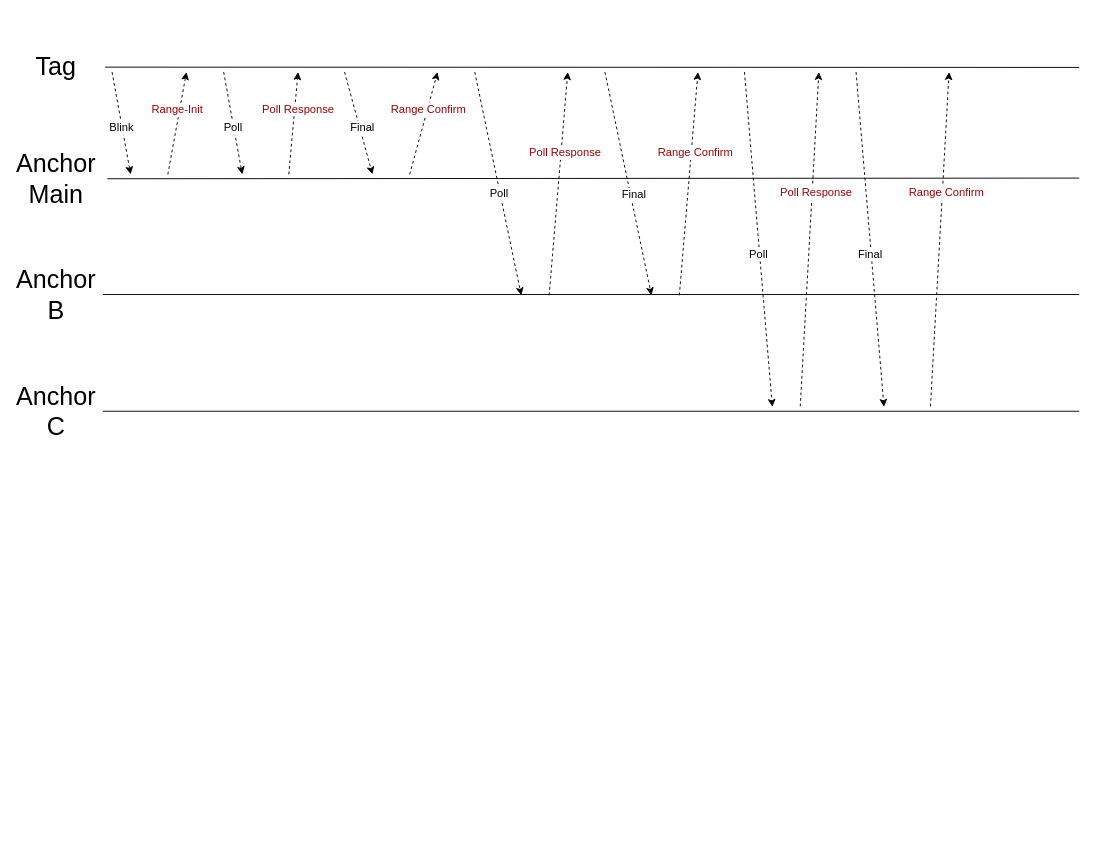
Earlier version of the draw.io diagram RE DW1000 Code.drawio (zackwhit/ScoreCorn). Source tidied: cells renumbered, new cells numbered last; positions are measured from the earlier drawing's top-left corner, leaving out a move shared by most shapes. Both pictures are drawn from the tidied source at 93%, with x=0, y=0 at pixel (28, 53).
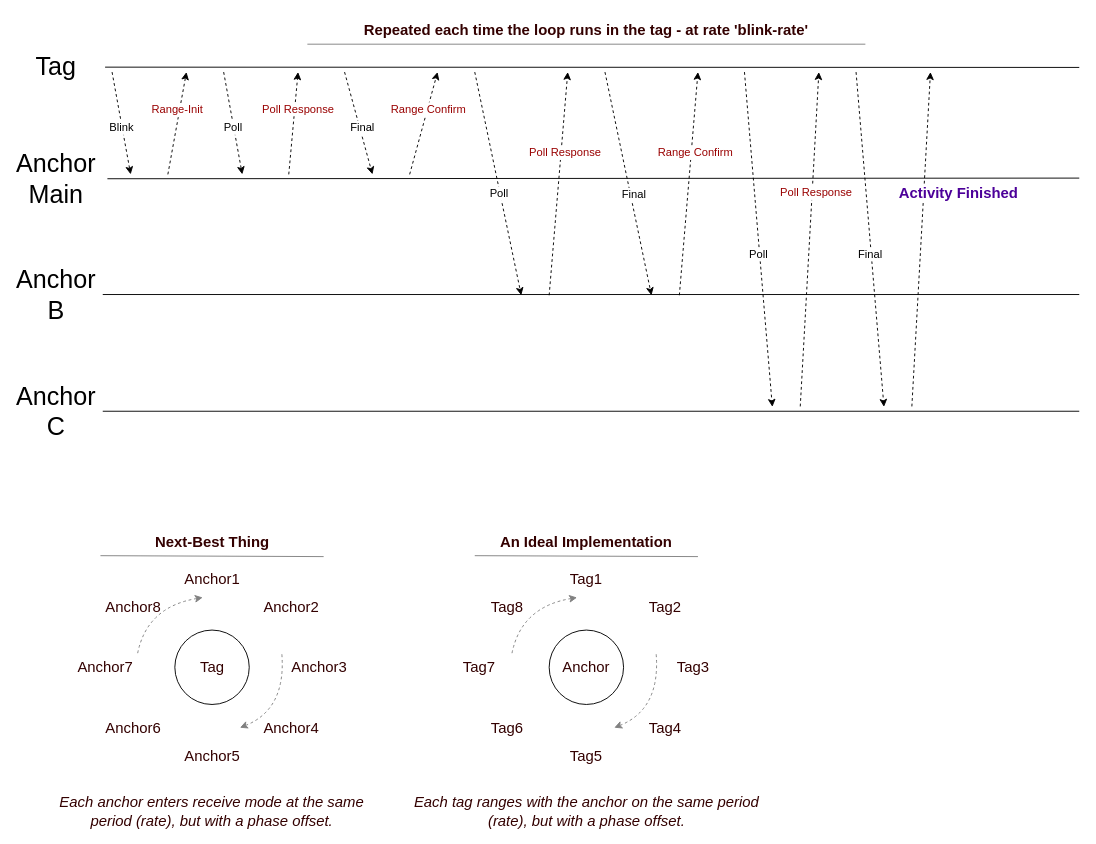
The same diagram, later.

Commit message:
Update planning diagram

The edit, as a diff of the source:
```diff
@@
-    <mxCell id="23" value="Range Confirm" style="endArrow=classic;dashed=1;html=1;rounded=0;strokeColor=default;fontSize=12;endFill=1;startArrow=none;startFill=0;fontColor=#990000;" parent="1" edge="1">
-      <mxGeometry x="0.28" y="-4" relative="1" as="geometry">
-        <mxPoint x="970" y="379.5" as="sourcePoint" />
-        <mxPoint x="990" y="20" as="targetPoint" />
+    <mxCell id="23" value="Activity Finished" style="endArrow=classic;dashed=1;html=1;rounded=0;strokeColor=default;fontSize=16;endFill=1;startArrow=none;startFill=0;fontColor=#4C0099;fontStyle=1;" parent="1" edge="1">
+      <mxGeometry x="0.29" y="-37" relative="1" as="geometry">
+        <mxPoint x="950" y="379.5" as="sourcePoint" />
+        <mxPoint x="970" y="20" as="targetPoint" />
       </mxGeometry>
     </mxCell>
+    <mxCell id="24" value="Repeated each time the loop runs in the tag - at rate 'blink-rate'" style="text;html=1;strokeColor=none;fillColor=none;align=center;verticalAlign=middle;whiteSpace=wrap;rounded=0;fontSize=16;fontColor=#330000;fontStyle=1;" parent="1" vertex="1">
+      <mxGeometry x="240" y="-40" width="720" height="30" as="geometry" />
+    </mxCell>
+    <mxCell id="25" style="endArrow=none;html=1;rounded=0;labelBackgroundColor=#000000;strokeColor=#808080;fontSize=16;fontColor=#330000;" parent="1" edge="1">
+      <mxGeometry relative="1" as="geometry">
+        <mxPoint x="300" y="-10" as="sourcePoint" />
+        <mxPoint x="900" y="-10" as="targetPoint" />
+      </mxGeometry>
+    </mxCell>
+    <mxCell id="26" value="An Ideal Implementation" style="text;html=1;strokeColor=none;fillColor=none;align=center;verticalAlign=middle;whiteSpace=wrap;rounded=0;fontSize=16;fontColor=#330000;fontStyle=1;" parent="1" vertex="1">
+      <mxGeometry x="460" y="510" width="280" height="30" as="geometry" />
+    </mxCell>
+    <mxCell id="27" value="Anchor" style="ellipse;whiteSpace=wrap;html=1;fontSize=16;fontColor=#330000;fillColor=none;" parent="1" vertex="1">
+      <mxGeometry x="560" y="620" width="80" height="80" as="geometry" />
+    </mxCell>
+    <mxCell id="28" style="endArrow=none;html=1;rounded=0;labelBackgroundColor=#000000;strokeColor=#808080;fontSize=16;fontColor=#330000;" parent="1" edge="1">
+      <mxGeometry relative="1" as="geometry">
+        <mxPoint x="480" y="540" as="sourcePoint" />
+        <mxPoint x="720" y="541" as="targetPoint" />
+      </mxGeometry>
+    </mxCell>
+    <mxCell id="29" value="Tag1" style="text;html=1;strokeColor=none;fillColor=none;align=center;verticalAlign=middle;whiteSpace=wrap;rounded=0;fontSize=16;fontColor=#330000;" parent="1" vertex="1">
+      <mxGeometry x="565" y="550" width="70" height="30" as="geometry" />
+    </mxCell>
+    <mxCell id="30" value="Tag3" style="text;html=1;strokeColor=none;fillColor=none;align=center;verticalAlign=middle;whiteSpace=wrap;rounded=0;fontSize=16;fontColor=#330000;" parent="1" vertex="1">
+      <mxGeometry x="680" y="645" width="70" height="30" as="geometry" />
+    </mxCell>
+    <mxCell id="31" value="Tag5" style="text;html=1;strokeColor=none;fillColor=none;align=center;verticalAlign=middle;whiteSpace=wrap;rounded=0;fontSize=16;fontColor=#330000;" parent="1" vertex="1">
+      <mxGeometry x="565" y="740" width="70" height="30" as="geometry" />
+    </mxCell>
+    <mxCell id="32" value="Tag7" style="text;html=1;strokeColor=none;fillColor=none;align=center;verticalAlign=middle;whiteSpace=wrap;rounded=0;fontSize=16;fontColor=#330000;" parent="1" vertex="1">
+      <mxGeometry x="450" y="645" width="70" height="30" as="geometry" />
+    </mxCell>
+    <mxCell id="33" style="endArrow=none;html=1;labelBackgroundColor=#000000;strokeColor=#808080;fontSize=16;fontColor=#330000;curved=1;startArrow=classic;startFill=1;dashed=1;" parent="1" edge="1">
+      <mxGeometry relative="1" as="geometry">
+        <mxPoint x="590" y="585" as="sourcePoint" />
+        <mxPoint x="520" y="645" as="targetPoint" />
+        <Array as="points">
+          <mxPoint x="530" y="595" />
+        </Array>
+      </mxGeometry>
+    </mxCell>
+    <mxCell id="34" style="endArrow=none;html=1;labelBackgroundColor=#000000;strokeColor=#808080;fontSize=16;fontColor=#330000;curved=1;startArrow=classic;startFill=1;dashed=1;" parent="1" edge="1">
+      <mxGeometry relative="1" as="geometry">
+        <mxPoint x="630" y="725" as="sourcePoint" />
+        <mxPoint x="675" y="645" as="targetPoint" />
+        <Array as="points">
+          <mxPoint x="680" y="705" />
+        </Array>
+      </mxGeometry>
+    </mxCell>
+    <mxCell id="35" value="Tag2" style="text;html=1;strokeColor=none;fillColor=none;align=center;verticalAlign=middle;whiteSpace=wrap;rounded=0;fontSize=16;fontColor=#330000;" parent="1" vertex="1">
+      <mxGeometry x="650" y="580" width="70" height="30" as="geometry" />
+    </mxCell>
+    <mxCell id="36" value="Tag4" style="text;html=1;strokeColor=none;fillColor=none;align=center;verticalAlign=middle;whiteSpace=wrap;rounded=0;fontSize=16;fontColor=#330000;" parent="1" vertex="1">
+      <mxGeometry x="650" y="710" width="70" height="30" as="geometry" />
+    </mxCell>
+    <mxCell id="37" value="Tag6" style="text;html=1;strokeColor=none;fillColor=none;align=center;verticalAlign=middle;whiteSpace=wrap;rounded=0;fontSize=16;fontColor=#330000;" parent="1" vertex="1">
+      <mxGeometry x="480" y="710" width="70" height="30" as="geometry" />
+    </mxCell>
+    <mxCell id="38" value="Tag8" style="text;html=1;strokeColor=none;fillColor=none;align=center;verticalAlign=middle;whiteSpace=wrap;rounded=0;fontSize=16;fontColor=#330000;" parent="1" vertex="1">
+      <mxGeometry x="480" y="580" width="70" height="30" as="geometry" />
+    </mxCell>
+    <mxCell id="39" value="Each tag ranges with the anchor on the same period (rate), but with a phase offset." style="text;html=1;strokeColor=none;fillColor=none;align=center;verticalAlign=middle;whiteSpace=wrap;rounded=0;fontSize=16;fontColor=#330000;fontStyle=2;" parent="1" vertex="1">
+      <mxGeometry x="412.5" y="800" width="375" height="30" as="geometry" />
+    </mxCell>
+    <mxCell id="40" value="Next-Best Thing" style="text;html=1;strokeColor=none;fillColor=none;align=center;verticalAlign=middle;whiteSpace=wrap;rounded=0;fontSize=16;fontColor=#330000;fontStyle=1;" parent="1" vertex="1">
+      <mxGeometry x="57.5" y="510" width="280" height="30" as="geometry" />
+    </mxCell>
+    <mxCell id="41" value="Tag" style="ellipse;whiteSpace=wrap;html=1;fontSize=16;fontColor=#330000;fillColor=none;" parent="1" vertex="1">
+      <mxGeometry x="157.5" y="620" width="80" height="80" as="geometry" />
+    </mxCell>
+    <mxCell id="42" style="endArrow=none;html=1;rounded=0;labelBackgroundColor=#000000;strokeColor=#808080;fontSize=16;fontColor=#330000;" parent="1" edge="1">
+      <mxGeometry relative="1" as="geometry">
+        <mxPoint x="77.5" y="540" as="sourcePoint" />
+        <mxPoint x="317.5" y="541" as="targetPoint" />
+      </mxGeometry>
+    </mxCell>
+    <mxCell id="43" value="Anchor1" style="text;html=1;strokeColor=none;fillColor=none;align=center;verticalAlign=middle;whiteSpace=wrap;rounded=0;fontSize=16;fontColor=#330000;" parent="1" vertex="1">
+      <mxGeometry x="162.5" y="550" width="70" height="30" as="geometry" />
+    </mxCell>
+    <mxCell id="44" value="Anchor3" style="text;html=1;strokeColor=none;fillColor=none;align=center;verticalAlign=middle;whiteSpace=wrap;rounded=0;fontSize=16;fontColor=#330000;" parent="1" vertex="1">
+      <mxGeometry x="277.5" y="645" width="70" height="30" as="geometry" />
+    </mxCell>
+    <mxCell id="45" value="Anchor5" style="text;html=1;strokeColor=none;fillColor=none;align=center;verticalAlign=middle;whiteSpace=wrap;rounded=0;fontSize=16;fontColor=#330000;" parent="1" vertex="1">
+      <mxGeometry x="162.5" y="740" width="70" height="30" as="geometry" />
+    </mxCell>
+    <mxCell id="46" value="Anchor7" style="text;html=1;strokeColor=none;fillColor=none;align=center;verticalAlign=middle;whiteSpace=wrap;rounded=0;fontSize=16;fontColor=#330000;" parent="1" vertex="1">
+      <mxGeometry x="47.5" y="645" width="70" height="30" as="geometry" />
+    </mxCell>
+    <mxCell id="47" style="endArrow=none;html=1;labelBackgroundColor=#000000;strokeColor=#808080;fontSize=16;fontColor=#330000;curved=1;startArrow=classic;startFill=1;dashed=1;" parent="1" edge="1">
+      <mxGeometry relative="1" as="geometry">
+        <mxPoint x="187.5" y="585" as="sourcePoint" />
+        <mxPoint x="117.5" y="645" as="targetPoint" />
+        <Array as="points">
+          <mxPoint x="127.5" y="595" />
+        </Array>
+      </mxGeometry>
+    </mxCell>
+    <mxCell id="48" style="endArrow=none;html=1;labelBackgroundColor=#000000;strokeColor=#808080;fontSize=16;fontColor=#330000;curved=1;startArrow=classic;startFill=1;dashed=1;" parent="1" edge="1">
+      <mxGeometry relative="1" as="geometry">
+        <mxPoint x="227.5" y="725" as="sourcePoint" />
+        <mxPoint x="272.5" y="645" as="targetPoint" />
+        <Array as="points">
+          <mxPoint x="277.5" y="705" />
+        </Array>
+      </mxGeometry>
+    </mxCell>
+    <mxCell id="49" value="Anchor2" style="text;html=1;strokeColor=none;fillColor=none;align=center;verticalAlign=middle;whiteSpace=wrap;rounded=0;fontSize=16;fontColor=#330000;" parent="1" vertex="1">
+      <mxGeometry x="247.5" y="580" width="70" height="30" as="geometry" />
+    </mxCell>
+    <mxCell id="50" value="Anchor4" style="text;html=1;strokeColor=none;fillColor=none;align=center;verticalAlign=middle;whiteSpace=wrap;rounded=0;fontSize=16;fontColor=#330000;" parent="1" vertex="1">
+      <mxGeometry x="247.5" y="710" width="70" height="30" as="geometry" />
+    </mxCell>
+    <mxCell id="51" value="Anchor6" style="text;html=1;strokeColor=none;fillColor=none;align=center;verticalAlign=middle;whiteSpace=wrap;rounded=0;fontSize=16;fontColor=#330000;" parent="1" vertex="1">
+      <mxGeometry x="77.5" y="710" width="70" height="30" as="geometry" />
+    </mxCell>
+    <mxCell id="52" value="Anchor8" style="text;html=1;strokeColor=none;fillColor=none;align=center;verticalAlign=middle;whiteSpace=wrap;rounded=0;fontSize=16;fontColor=#330000;" parent="1" vertex="1">
+      <mxGeometry x="77.5" y="580" width="70" height="30" as="geometry" />
+    </mxCell>
+    <mxCell id="53" value="Each anchor enters receive mode at the same period (rate), but with a phase offset." style="text;html=1;strokeColor=none;fillColor=none;align=center;verticalAlign=middle;whiteSpace=wrap;rounded=0;fontSize=16;fontColor=#330000;fontStyle=2;" parent="1" vertex="1">
+      <mxGeometry x="10" y="800" width="375" height="30" as="geometry" />
+    </mxCell>
```
